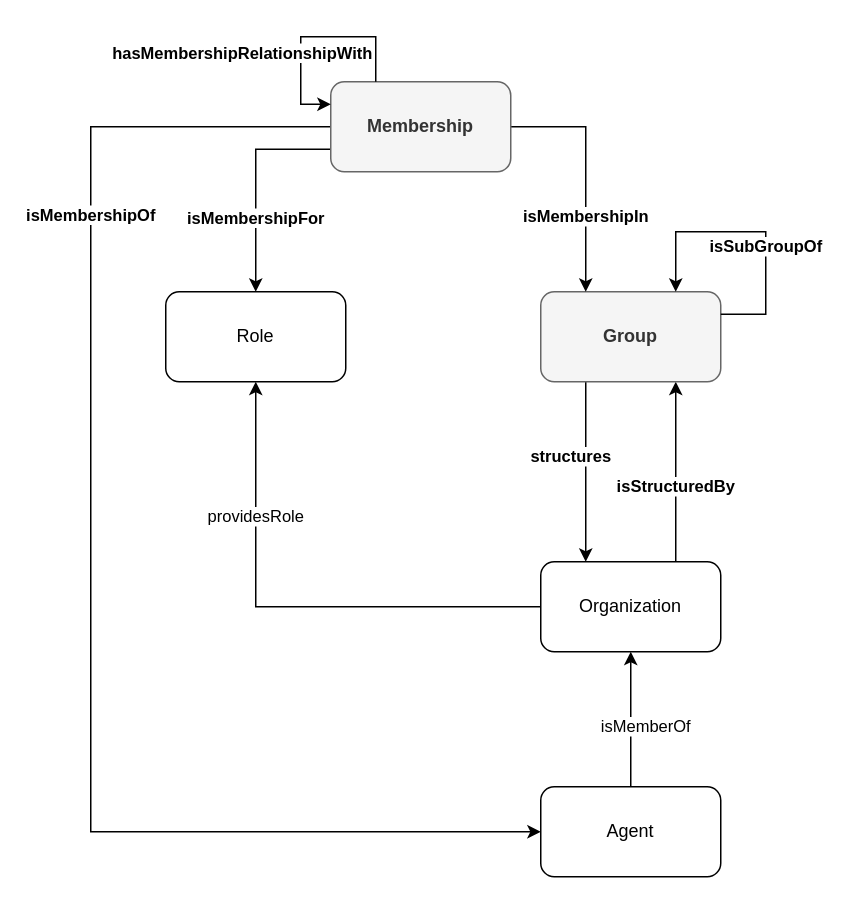
Earlier version of the draw.io diagram domains/logistics/structure-organization/structure-organization.drawio (HyperAgents/hmas). Source tidied: cells renumbered, new cells numbered last; positions are measured from the earlier drawing's top-left corner, leaving out a move shared by most shapes. Both pictures are drawn from the tidied source at 150%, with x=0, y=0 at pixel (90, 36).
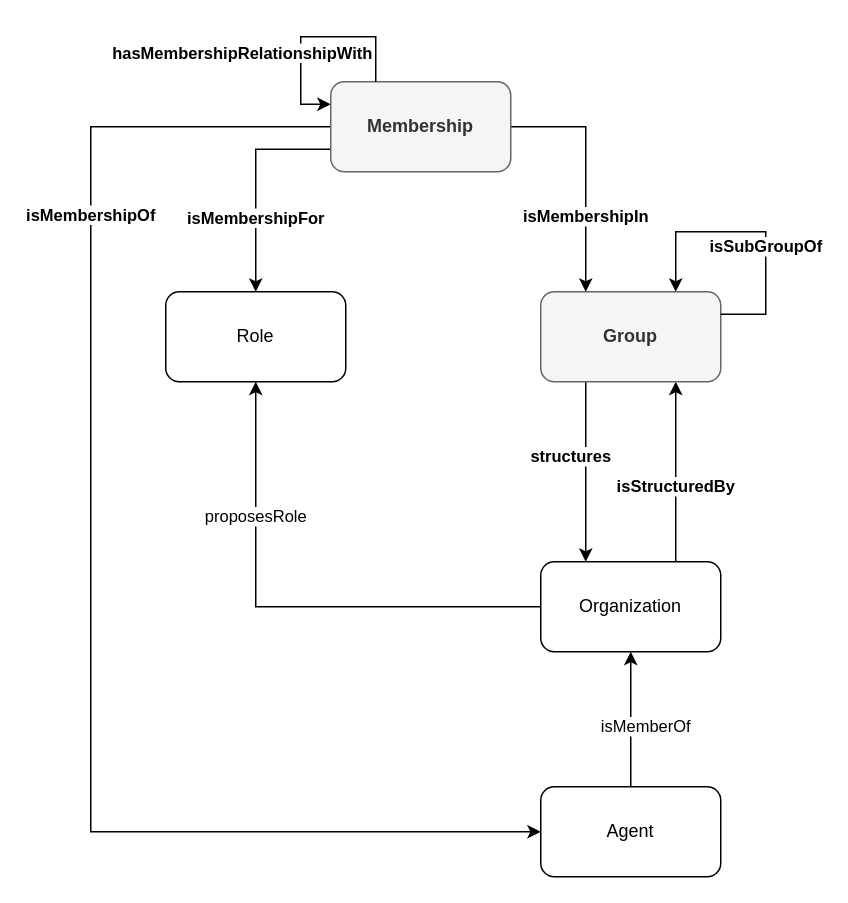
After the change.

Commit message (it also covers changes not shown here):
providesRole -> proposesRole

Unchanged cells that the change refers to:
```xml
<mxCell id="5" value="Organization" style="rounded=1;whiteSpace=wrap;html=1;" parent="1" vertex="1">
  <mxGeometry x="300" y="350" width="120" height="60" as="geometry" />
</mxCell>
<mxCell id="6" value="Role" style="rounded=1;whiteSpace=wrap;html=1;" parent="1" vertex="1">
  <mxGeometry x="50" y="170" width="120" height="60" as="geometry" />
</mxCell>
```

Diff of the diagram source:
```diff
@@
-    <mxCell id="2" value="providesRole" style="rounded=0;jettySize=auto;html=1;exitX=0;exitY=0.5;exitDx=0;exitDy=0;entryX=0.5;entryY=1;entryDx=0;entryDy=0;edgeStyle=orthogonalEdgeStyle;" parent="1" edge="1" source="5" target="6">
+    <mxCell id="2" value="proposesRole" style="rounded=0;jettySize=auto;html=1;exitX=0;exitY=0.5;exitDx=0;exitDy=0;entryX=0.5;entryY=1;entryDx=0;entryDy=0;edgeStyle=orthogonalEdgeStyle;" parent="1" edge="1" source="5" target="6">
       <mxGeometry x="0.47" relative="1" as="geometry" />
     </mxCell>
```
